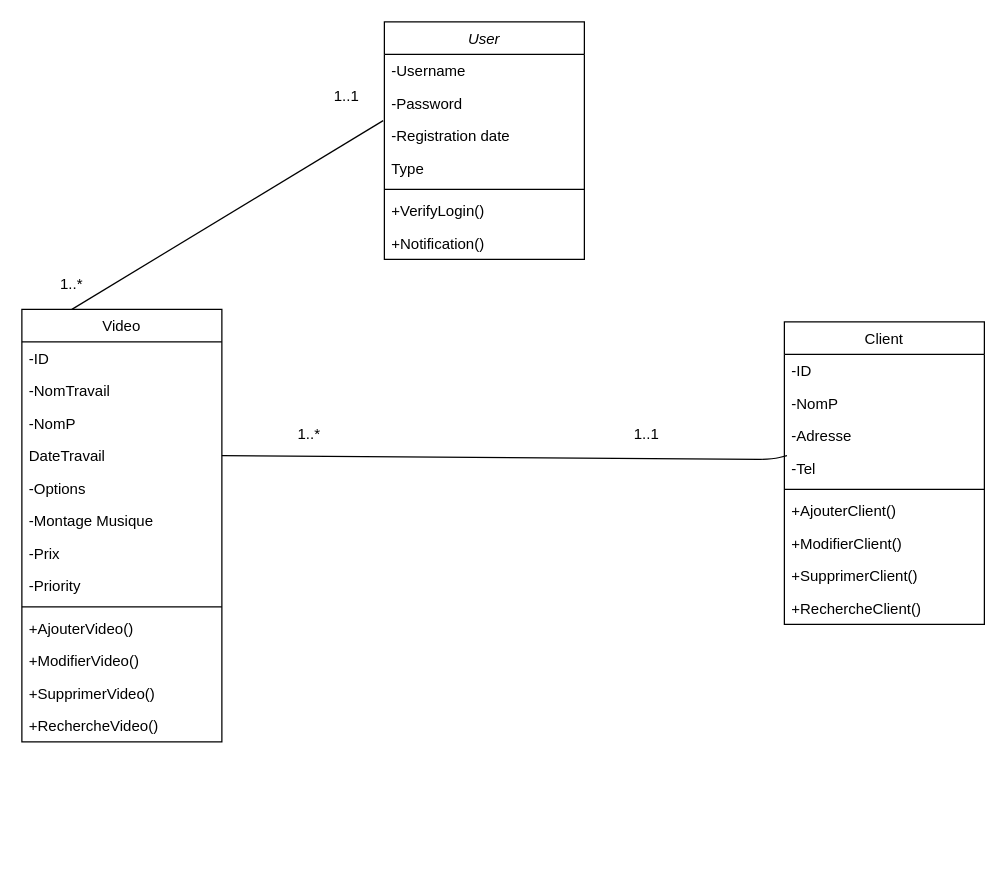
The draw.io diagram Conception/Diagram de class.drawio in YassineAsmi/Video-Editing-Platform-C, before the edit. Source tidied: cells renumbered, new cells numbered last; positions are measured from the earlier drawing's top-left corner, leaving out a move shared by most shapes. Both pictures are drawn from the tidied source at 125%, with x=0, y=0 at pixel (21, 21).
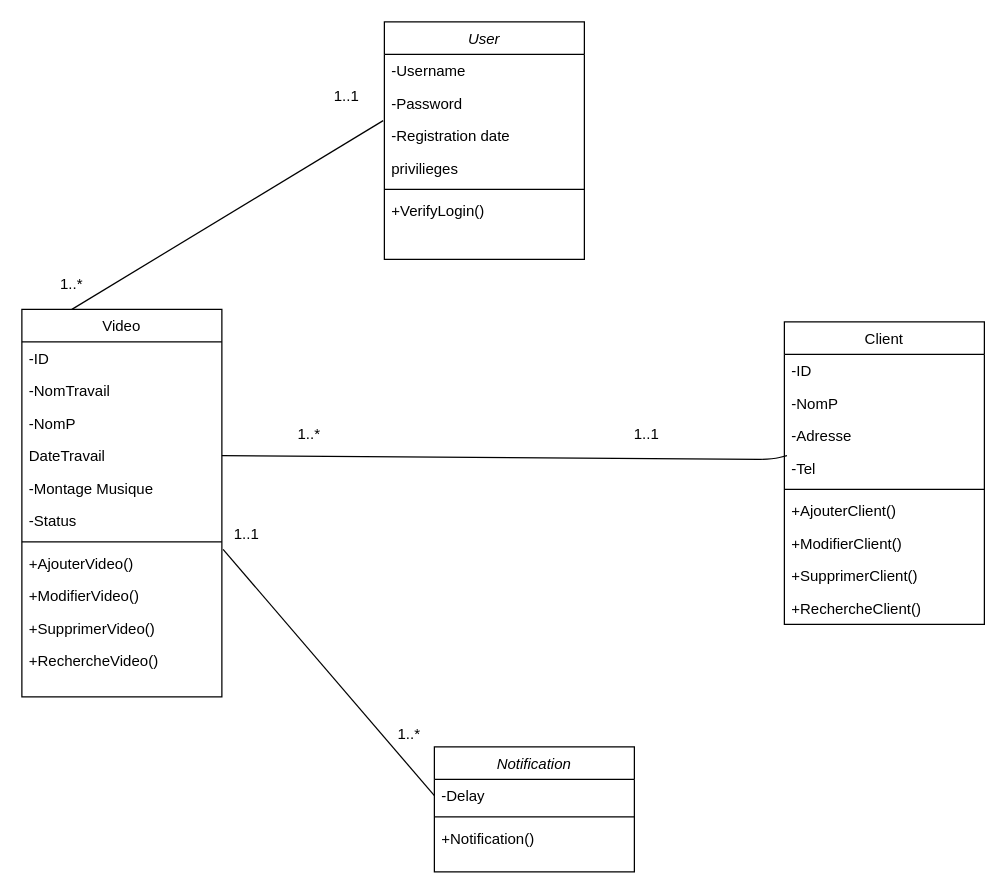
The same diagram, later.

Unchanged cells that the change refers to:
```xml
<mxCell id="2" value="User" style="swimlane;fontStyle=2;align=center;verticalAlign=top;horizontal=1;startSize=26;rounded=0;shadow=0;strokeWidth=1;" parent="1" vertex="1">
  <mxGeometry x="290" width="160" height="190" as="geometry" />
</mxCell>
```

Diff of the diagram source:
```diff
@@
-    <mxCell id="6" value="Type" style="text;align=left;verticalAlign=top;spacingLeft=4;spacingRight=4;overflow=hidden;rounded=0;shadow=0;html=0;" parent="2" vertex="1">
+    <mxCell id="6" value="privilieges" style="text;align=left;verticalAlign=top;spacingLeft=4;spacingRight=4;overflow=hidden;rounded=0;shadow=0;html=0;" parent="2" vertex="1">
       <mxGeometry y="104" width="160" height="26" as="geometry" />
     </mxCell>
@@
-    <mxCell id="9" value="+Notification()" style="text;align=left;verticalAlign=top;spacingLeft=4;spacingRight=4;overflow=hidden;" parent="2" vertex="1">
-      <mxGeometry y="164" width="160" height="26" as="geometry" />
-    </mxCell>
@@
     <mxCell id="20" value="Video&#10;" style="swimlane;fontStyle=0;align=center;verticalAlign=top;horizontal=1;startSize=26;rounded=0;shadow=0;strokeWidth=1;" parent="1" vertex="1">
-      <mxGeometry y="230" width="160" height="346" as="geometry" />
+      <mxGeometry y="230" width="160" height="310" as="geometry" />
     </mxCell>
@@
-    <mxCell id="25" value="-Options" style="text;align=left;verticalAlign=top;spacingLeft=4;spacingRight=4;overflow=hidden;rounded=0;shadow=0;html=0;" parent="20" vertex="1">
-      <mxGeometry y="130" width="160" height="26" as="geometry" />
-    </mxCell>
     <mxCell id="26" value="-Montage Musique" style="text;align=left;verticalAlign=top;spacingLeft=4;spacingRight=4;overflow=hidden;rounded=0;shadow=0;html=0;" parent="20" vertex="1">
-      <mxGeometry y="156" width="160" height="26" as="geometry" />
+      <mxGeometry y="130" width="160" height="26" as="geometry" />
     </mxCell>
-    <mxCell id="27" value="-Prix" style="text;align=left;verticalAlign=top;spacingLeft=4;spacingRight=4;overflow=hidden;rounded=0;shadow=0;html=0;" parent="20" vertex="1">
-      <mxGeometry y="182" width="160" height="26" as="geometry" />
+    <mxCell id="27" value="-Status" style="text;align=left;verticalAlign=top;spacingLeft=4;spacingRight=4;overflow=hidden;rounded=0;shadow=0;html=0;" parent="20" vertex="1">
+      <mxGeometry y="156" width="160" height="26" as="geometry" />
     </mxCell>
-    <mxCell id="28" value="-Priority" style="text;align=left;verticalAlign=top;spacingLeft=4;spacingRight=4;overflow=hidden;rounded=0;shadow=0;html=0;" parent="20" vertex="1">
-      <mxGeometry y="208" width="160" height="26" as="geometry" />
-    </mxCell>
     <mxCell id="29" style="line;html=1;strokeWidth=1;align=left;verticalAlign=middle;spacingTop=-1;spacingLeft=3;spacingRight=3;labelPosition=right;" parent="20" vertex="1">
-      <mxGeometry y="234" width="160" height="8" as="geometry" />
+      <mxGeometry y="182" width="160" height="8" as="geometry" />
     </mxCell>
     <mxCell id="30" value="+AjouterVideo()" style="text;align=left;verticalAlign=top;spacingLeft=4;spacingRight=4;overflow=hidden;points=[[0,0.5],[1,0.5]];portConstraint=eastwest;" parent="20" vertex="1">
-      <mxGeometry y="242" width="160" height="26" as="geometry" />
+      <mxGeometry y="190" width="160" height="26" as="geometry" />
     </mxCell>
     <mxCell id="31" value="+ModifierVideo()" style="text;align=left;verticalAlign=top;spacingLeft=4;spacingRight=4;overflow=hidden;" parent="20" vertex="1">
-      <mxGeometry y="268" width="160" height="26" as="geometry" />
+      <mxGeometry y="216" width="160" height="26" as="geometry" />
     </mxCell>
     <mxCell id="32" value="+SupprimerVideo()" style="text;align=left;verticalAlign=top;spacingLeft=4;spacingRight=4;overflow=hidden;" parent="20" vertex="1">
-      <mxGeometry y="294" width="160" height="26" as="geometry" />
+      <mxGeometry y="242" width="160" height="26" as="geometry" />
     </mxCell>
     <mxCell id="33" value="+RechercheVideo()" style="text;align=left;verticalAlign=top;spacingLeft=4;spacingRight=4;overflow=hidden;" parent="20" vertex="1">
-      <mxGeometry y="320" width="160" height="26" as="geometry" />
+      <mxGeometry y="268" width="160" height="26" as="geometry" />
     </mxCell>
@@
+    <mxCell id="40" value="Notification" style="swimlane;fontStyle=2;align=center;verticalAlign=top;horizontal=1;startSize=26;rounded=0;shadow=0;strokeWidth=1;" parent="1" vertex="1">
+      <mxGeometry x="330" y="580" width="160" height="100" as="geometry" />
+    </mxCell>
+    <mxCell id="41" value="-Delay" style="text;align=left;verticalAlign=top;spacingLeft=4;spacingRight=4;overflow=hidden;points=[[0,0.5],[1,0.5]];portConstraint=eastwest;" parent="40" vertex="1">
+      <mxGeometry y="26" width="160" height="26" as="geometry" />
+    </mxCell>
+    <mxCell id="42" style="line;html=1;strokeWidth=1;align=left;verticalAlign=middle;spacingTop=-1;spacingLeft=3;spacingRight=3;labelPosition=right;" parent="40" vertex="1">
+      <mxGeometry y="52" width="160" height="8" as="geometry" />
+    </mxCell>
+    <mxCell id="9" value="+Notification()" style="text;align=left;verticalAlign=top;spacingLeft=4;spacingRight=4;overflow=hidden;" parent="40" vertex="1">
+      <mxGeometry y="60" width="160" height="26" as="geometry" />
+    </mxCell>
+    <mxCell id="43" style="endArrow=none;html=1;entryX=0;entryY=0.5;entryDx=0;entryDy=0;exitX=1.006;exitY=0.077;exitDx=0;exitDy=0;exitPerimeter=0;" parent="1" edge="1" source="30" target="41">
+      <mxGeometry relative="1" as="geometry" />
+    </mxCell>
+    <mxCell id="44" value="1..1" style="text;html=1;strokeColor=none;fillColor=none;align=center;verticalAlign=middle;whiteSpace=wrap;rounded=0;" parent="1" vertex="1">
+      <mxGeometry x="160" y="400" width="40" height="20" as="geometry" />
+    </mxCell>
+    <mxCell id="45" value="1..*" style="text;html=1;strokeColor=none;fillColor=none;align=center;verticalAlign=middle;whiteSpace=wrap;rounded=0;" parent="1" vertex="1">
+      <mxGeometry x="290" y="560" width="40" height="20" as="geometry" />
+    </mxCell>
```
